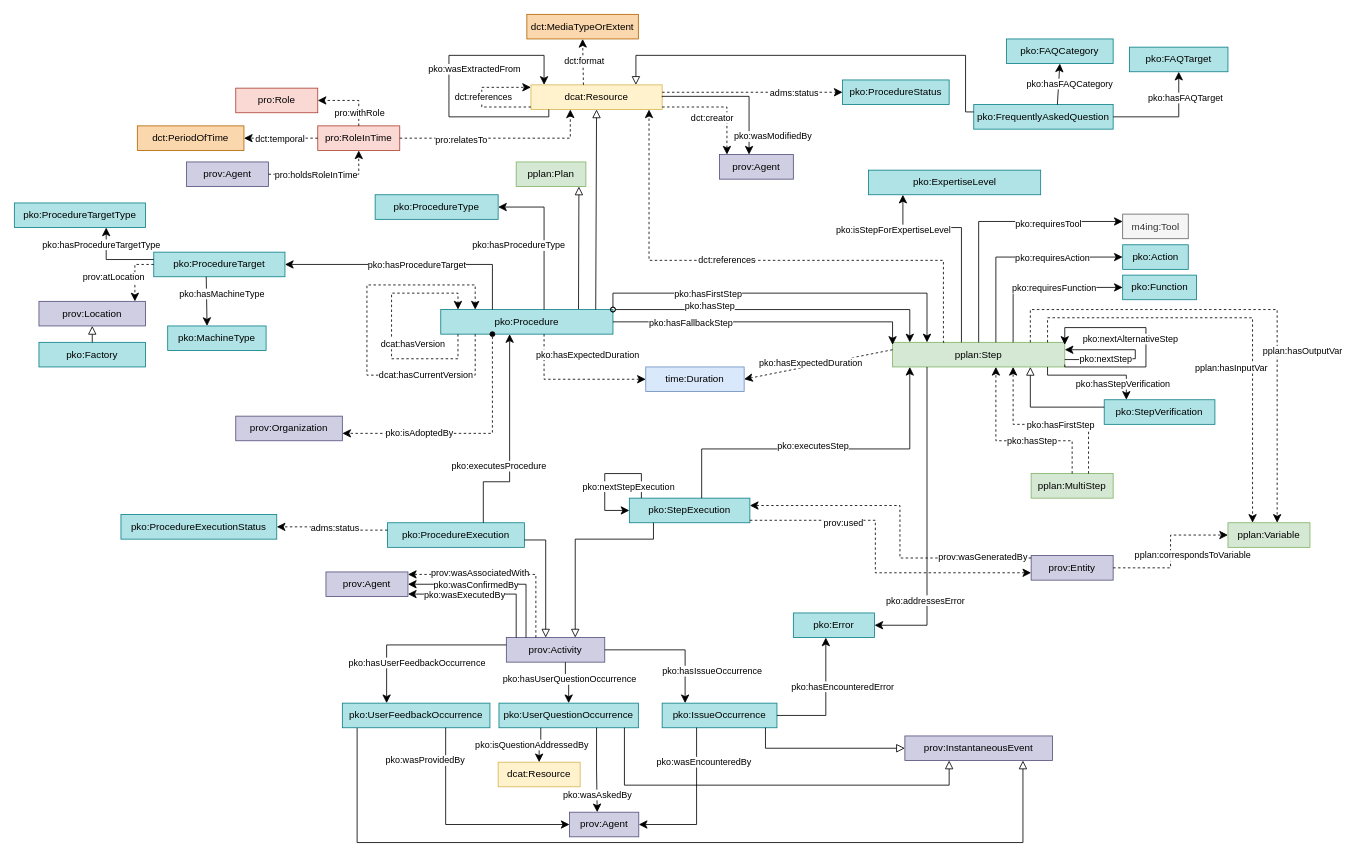
Before: page "pko-short" (2 of 3) of ontology/pko.drawio in perks-project/pk-ontology, a draw.io diagram. Source tidied: cells renumbered, new cells numbered last; positions are measured from the earlier drawing's top-left corner, leaving out a move shared by most shapes. Both pictures are drawn from the tidied source at 82%, with x=0, y=0 at pixel (14, 14).
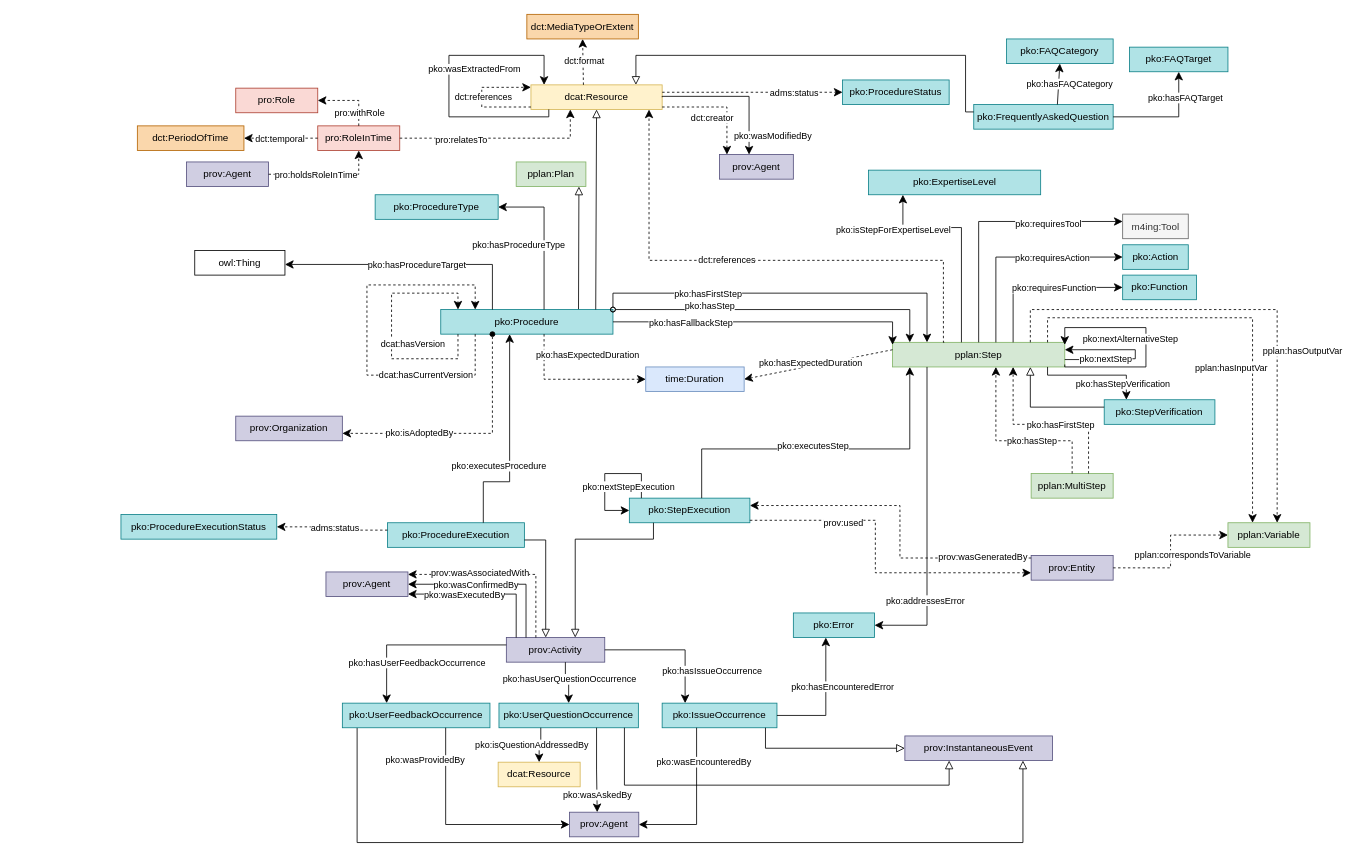
The same page after the edit.

The change refers to these unchanged cells:
```xml
<mxCell id="4" value="pko:Procedure" style="rounded=0;whiteSpace=wrap;html=1;snapToPoint=1;points=[[0.1,0],[0.2,0],[0.3,0],[0.4,0],[0.5,0],[0.6,0],[0.7,0],[0.8,0],[0.9,0],[0,0.1],[0,0.3],[0,0.5],[0,0.7],[0,0.9],[0.1,1],[0.2,1],[0.3,1],[0.4,1],[0.5,1],[0.6,1],[0.7,1],[0.8,1],[0.9,1],[1,0.1],[1,0.3],[1,0.5],[1,0.7],[1,0.9]];fillColor=#b0e3e6;strokeColor=#0e8088;" parent="1" vertex="1">
  <mxGeometry x="520" y="360" width="210" height="30" as="geometry" />
</mxCell>
```

The edit, as a diff of the source:
```diff
@@
-    <mxCell id="89" value="pko:ProcedureTarget" style="rounded=0;whiteSpace=wrap;html=1;snapToPoint=1;points=[[0.1,0],[0.2,0],[0.3,0],[0.4,0],[0.5,0],[0.6,0],[0.7,0],[0.8,0],[0.9,0],[0,0.1],[0,0.3],[0,0.5],[0,0.7],[0,0.9],[0.1,1],[0.2,1],[0.3,1],[0.4,1],[0.5,1],[0.6,1],[0.7,1],[0.8,1],[0.9,1],[1,0.1],[1,0.3],[1,0.5],[1,0.7],[1,0.9]];fillColor=#b0e3e6;strokeColor=#0e8088;" parent="1" vertex="1">
-      <mxGeometry x="170" y="290" width="160" height="30" as="geometry" />
-    </mxCell>
-    <mxCell id="90" value="prov:Location" style="rounded=0;whiteSpace=wrap;html=1;snapToPoint=1;points=[[0.1,0],[0.2,0],[0.3,0],[0.4,0],[0.5,0],[0.6,0],[0.7,0],[0.8,0],[0.9,0],[0,0.1],[0,0.3],[0,0.5],[0,0.7],[0,0.9],[0.1,1],[0.2,1],[0.3,1],[0.4,1],[0.5,1],[0.6,1],[0.7,1],[0.8,1],[0.9,1],[1,0.1],[1,0.3],[1,0.5],[1,0.7],[1,0.9]];fillColor=#d0cee2;strokeColor=#56517e;" parent="1" vertex="1">
-      <mxGeometry x="30" y="350" width="130" height="30" as="geometry" />
-    </mxCell>
-    <mxCell id="91" style="endArrow=classic;html=1;exitX=0.3;exitY=0;exitDx=0;exitDy=0;endSize=8;arcSize=0;rounded=0;entryX=1;entryY=0.5;entryDx=0;entryDy=0;edgeStyle=orthogonalEdgeStyle;" parent="1" edge="1" source="4" target="89">
+    <mxCell id="91" style="endArrow=classic;html=1;exitX=0.3;exitY=0;exitDx=0;exitDy=0;endSize=8;arcSize=0;rounded=0;entryX=1;entryY=0.5;entryDx=0;entryDy=0;edgeStyle=orthogonalEdgeStyle;" parent="1" edge="1" source="4">
       <mxGeometry relative="1" as="geometry">
+        <mxPoint x="330" y="305" as="targetPoint" />
         <Array as="points">
           <mxPoint x="583" y="305" />
         </Array>
       </mxGeometry>
     </mxCell>
@@
-    <mxCell id="93" style="endArrow=classic;html=1;exitX=0;exitY=0.5;exitDx=0;exitDy=0;endSize=8;arcSize=0;rounded=0;entryX=0.9;entryY=0;entryDx=0;entryDy=0;dashed=1;edgeStyle=orthogonalEdgeStyle;" parent="1" edge="1" source="89" target="90">
-      <mxGeometry relative="1" as="geometry" />
-    </mxCell>
-    <mxCell id="94" value="prov:atLocation" style="edgeLabel;html=1;align=center;verticalAlign=middle;" parent="93" vertex="1">
-      <mxGeometry x="-0.19" y="-1" relative="1" as="geometry">
-        <mxPoint x="-26" y="10" as="offset" />
-      </mxGeometry>
-    </mxCell>
@@
-    <mxCell id="130" value="pko:ProcedureTargetType" style="rounded=0;whiteSpace=wrap;html=1;snapToPoint=1;points=[[0.1,0],[0.2,0],[0.3,0],[0.4,0],[0.5,0],[0.6,0],[0.7,0],[0.8,0],[0.9,0],[0,0.1],[0,0.3],[0,0.5],[0,0.7],[0,0.9],[0.1,1],[0.2,1],[0.3,1],[0.4,1],[0.5,1],[0.6,1],[0.7,1],[0.8,1],[0.9,1],[1,0.1],[1,0.3],[1,0.5],[1,0.7],[1,0.9]];fillColor=#b0e3e6;strokeColor=#0e8088;" parent="1" vertex="1">
-      <mxGeometry y="230" width="160" height="30" as="geometry" />
-    </mxCell>
-    <mxCell id="131" style="endArrow=classic;html=1;exitX=0;exitY=0.3;exitDx=0;exitDy=0;endSize=8;arcSize=0;rounded=0;entryX=0.7;entryY=1;entryDx=0;entryDy=0;edgeStyle=orthogonalEdgeStyle;" parent="1" edge="1" source="89" target="130">
-      <mxGeometry relative="1" as="geometry">
-        <Array as="points">
-          <mxPoint x="112" y="299" />
-        </Array>
-      </mxGeometry>
-    </mxCell>
-    <mxCell id="132" value="&lt;div&gt;pko:hasProcedureTargetType&lt;/div&gt;" style="edgeLabel;html=1;align=center;verticalAlign=middle;" parent="131" vertex="1">
-      <mxGeometry x="-0.19" y="-1" relative="1" as="geometry">
-        <mxPoint x="-26" y="-18" as="offset" />
-      </mxGeometry>
-    </mxCell>
@@
-    <mxCell id="153" value="pko:MachineType" style="rounded=0;whiteSpace=wrap;html=1;snapToPoint=1;points=[[0.1,0],[0.2,0],[0.3,0],[0.4,0],[0.5,0],[0.6,0],[0.7,0],[0.8,0],[0.9,0],[0,0.1],[0,0.3],[0,0.5],[0,0.7],[0,0.9],[0.1,1],[0.2,1],[0.3,1],[0.4,1],[0.5,1],[0.6,1],[0.7,1],[0.8,1],[0.9,1],[1,0.1],[1,0.3],[1,0.5],[1,0.7],[1,0.9]];fillColor=#b0e3e6;strokeColor=#0e8088;" parent="1" vertex="1">
-      <mxGeometry x="187" y="380" width="120" height="30" as="geometry" />
-    </mxCell>
-    <mxCell id="154" style="endArrow=classic;html=1;exitX=0.4;exitY=1;exitDx=0;exitDy=0;endSize=8;arcSize=0;rounded=0;entryX=0.4;entryY=0;entryDx=0;entryDy=0;" parent="1" edge="1" source="89" target="153">
-      <mxGeometry relative="1" as="geometry" />
-    </mxCell>
-    <mxCell id="155" value="&lt;div&gt;pko:hasMachineType&lt;/div&gt;" style="edgeLabel;html=1;align=center;verticalAlign=middle;" parent="154" vertex="1">
-      <mxGeometry x="-0.19" y="-1" relative="1" as="geometry">
-        <mxPoint x="19" y="-4" as="offset" />
-      </mxGeometry>
-    </mxCell>
-    <mxCell id="156" value="pko:Factory" style="rounded=0;whiteSpace=wrap;html=1;snapToPoint=1;points=[[0.1,0],[0.2,0],[0.3,0],[0.4,0],[0.5,0],[0.6,0],[0.7,0],[0.8,0],[0.9,0],[0,0.1],[0,0.3],[0,0.5],[0,0.7],[0,0.9],[0.1,1],[0.2,1],[0.3,1],[0.4,1],[0.5,1],[0.6,1],[0.7,1],[0.8,1],[0.9,1],[1,0.1],[1,0.3],[1,0.5],[1,0.7],[1,0.9]];fillColor=#b0e3e6;strokeColor=#0e8088;" parent="1" vertex="1">
-      <mxGeometry x="30" y="400" width="130" height="30" as="geometry" />
-    </mxCell>
-    <mxCell id="157" style="endArrow=block;html=1;fontColor=#000099;exitX=0.5;exitY=0;exitDx=0;exitDy=0;endFill=0;endSize=8;arcSize=0;rounded=0;entryX=0.5;entryY=1;entryDx=0;entryDy=0;" parent="1" edge="1" source="156" target="90">
-      <mxGeometry relative="1" as="geometry" />
-    </mxCell>
@@
+    <mxCell id="166" value="owl:Thing" style="rounded=0;whiteSpace=wrap;html=1;" parent="1" vertex="1">
+      <mxGeometry x="220" y="288" width="110" height="30" as="geometry" />
+    </mxCell>
```
